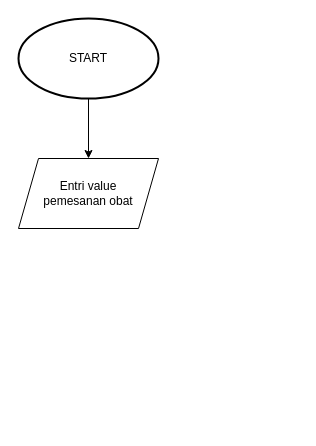
RilSteel/graph keeps this draw.io diagram as Diagram Tanpa Judul.drawio. Above is the earlier version. Source tidied: cells renumbered, new cells numbered last; positions are measured from the earlier drawing's top-left corner, leaving out a move shared by most shapes. Both pictures are drawn from the tidied source at 100%, with x=0, y=0 at pixel (18, 18).
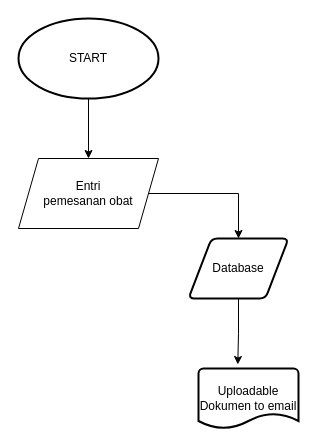
The same page after the edit.

What changed in the source:
```diff
@@
 <mxGraphModel>
   <root>
     <mxCell id="0" />
     <mxCell id="1" parent="0" />
     <mxCell id="2" style="edgeStyle=orthogonalEdgeStyle;rounded=0;jettySize=auto;html=1;" parent="1" edge="1" source="3" target="4">
       <mxGeometry relative="1" as="geometry" />
     </mxCell>
     <mxCell id="3" value="START" style="strokeWidth=2;html=1;shape=mxgraph.flowchart.start_1;whiteSpace=wrap;" parent="1" vertex="1">
       <mxGeometry width="140" height="80" as="geometry" />
     </mxCell>
+    <mxCell id="5" style="edgeStyle=orthogonalEdgeStyle;rounded=0;jettySize=auto;html=1;" parent="1" edge="1" source="4" target="6">
+      <mxGeometry relative="1" as="geometry" />
+    </mxCell>
-    <mxCell id="4" value="Entri value&lt;br&gt;&lt;div&gt;pemesanan obat&lt;/div&gt;" style="shape=parallelogram;perimeter=parallelogramPerimeter;whiteSpace=wrap;html=1;fixedSize=1;" parent="1" vertex="1">
+    <mxCell id="4" value="Entri&lt;br&gt;&lt;div&gt;pemesanan obat&lt;/div&gt;" style="shape=parallelogram;perimeter=parallelogramPerimeter;whiteSpace=wrap;html=1;fixedSize=1;" parent="1" vertex="1">
       <mxGeometry y="140" width="140" height="70" as="geometry" />
     </mxCell>
+    <mxCell id="6" value="Database" style="shape=parallelogram;html=1;strokeWidth=2;perimeter=parallelogramPerimeter;whiteSpace=wrap;rounded=1;arcSize=12;size=0.23;" parent="1" vertex="1">
+      <mxGeometry x="170" y="220" width="100" height="60" as="geometry" />
+    </mxCell>
+    <mxCell id="7" value="Uploadable&lt;div&gt;Dokumen to email&lt;/div&gt;" style="strokeWidth=2;html=1;shape=mxgraph.flowchart.document2;whiteSpace=wrap;size=0.25;" parent="1" vertex="1">
+      <mxGeometry x="180" y="350" width="100" height="60" as="geometry" />
+    </mxCell>
+    <mxCell id="8" style="edgeStyle=orthogonalEdgeStyle;rounded=0;jettySize=auto;html=1;exitX=0.5;exitY=1;exitDx=0;exitDy=0;entryX=0.393;entryY=-0.067;entryDx=0;entryDy=0;entryPerimeter=0;" parent="1" edge="1" source="6" target="7">
+      <mxGeometry relative="1" as="geometry" />
+    </mxCell>
   </root>
 </mxGraphModel>
```
